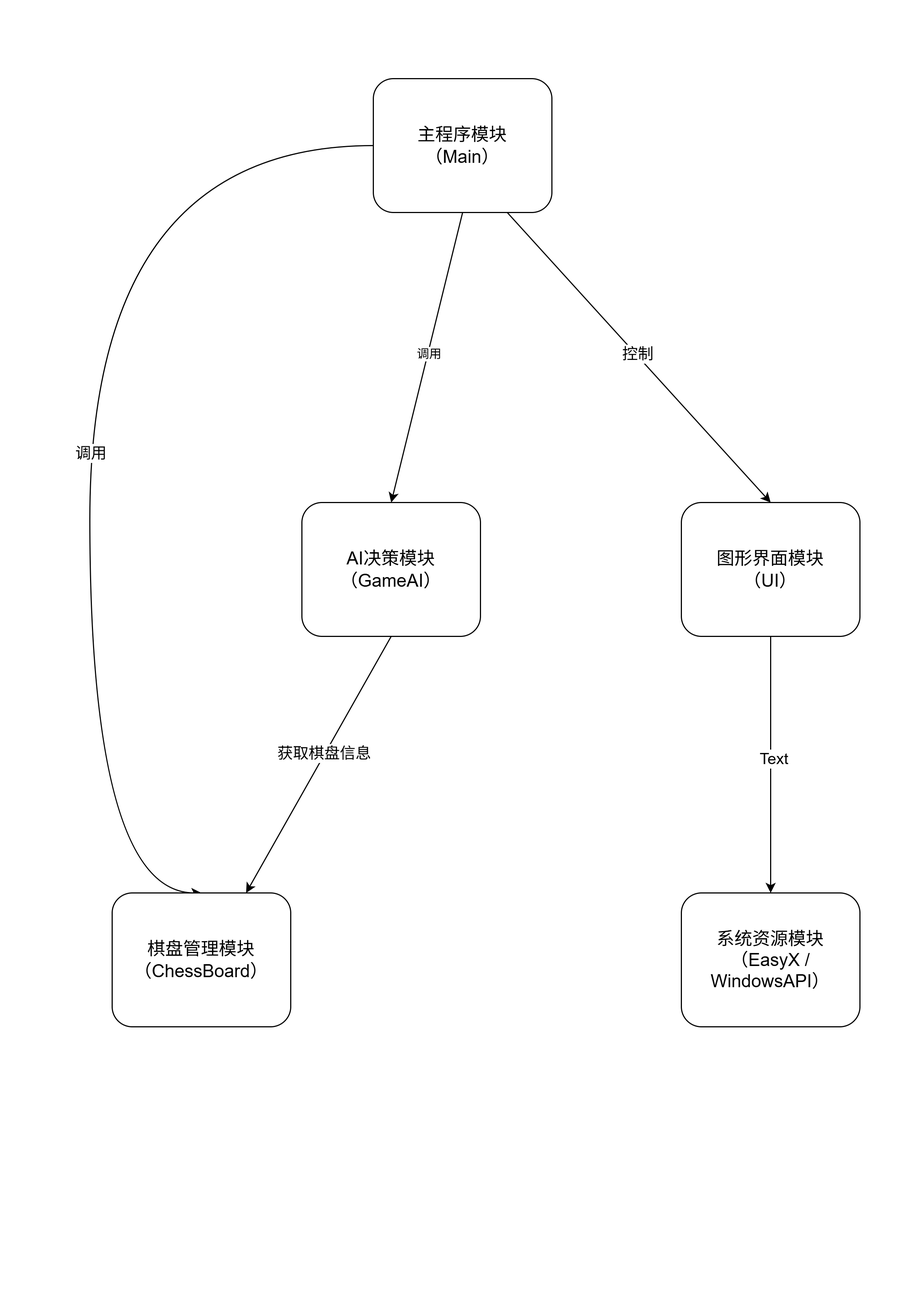
This is docs/Component Diagram.drawio.png from lazy-cat419/Software-Engineering_Final-Work, a draw.io export, as it was before one commit. Source tidied: cells renumbered, new cells last; positions are measured from the earlier drawing's top-left corner, leaving out a move shared by most shapes.
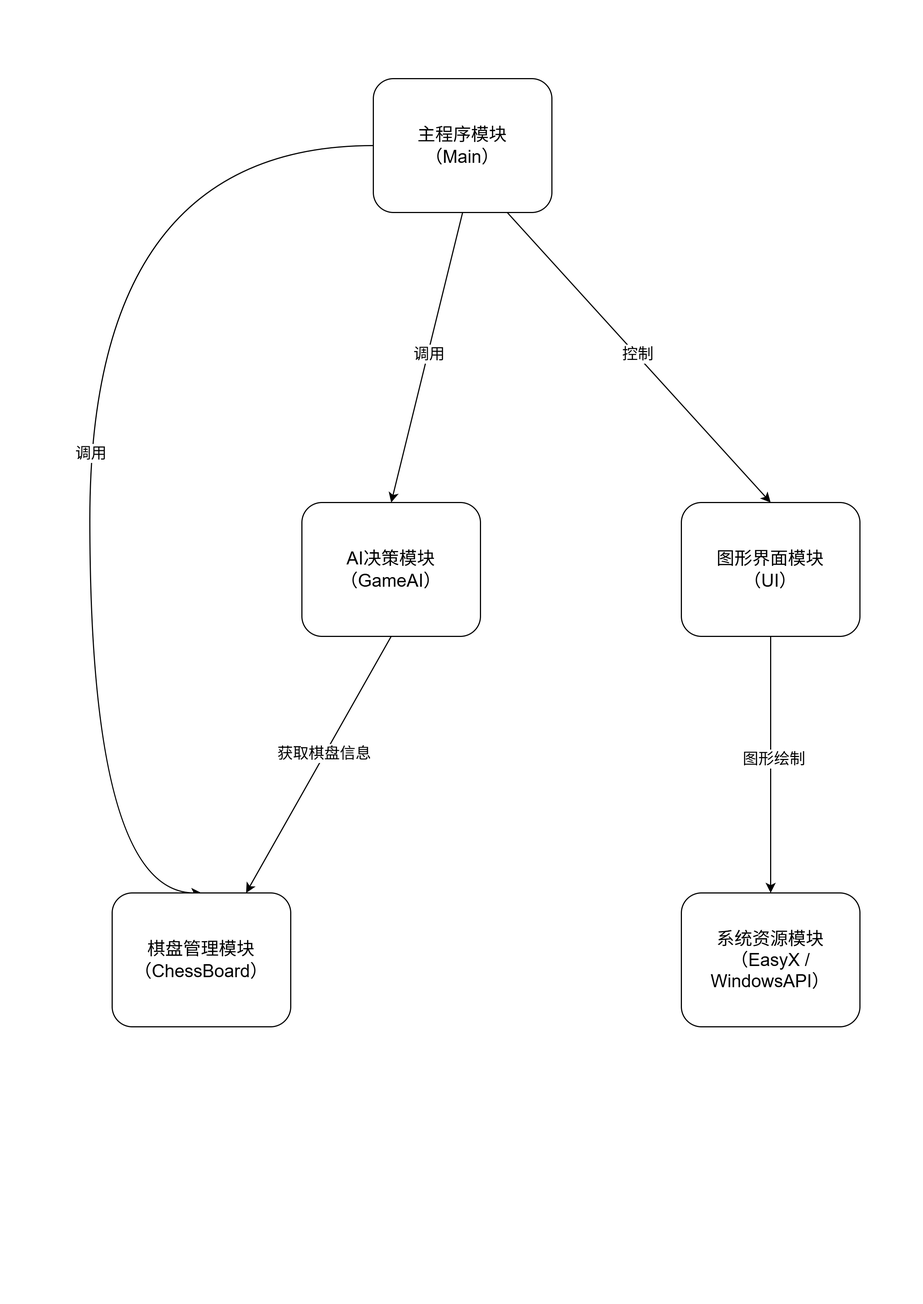
After the commit.

What changed in the source:
```diff
@@ -16,7 +16,7 @@
     <mxCell id="4" style="rounded=0;jettySize=auto;html=1;exitX=0.5;exitY=1;exitDx=0;exitDy=0;entryX=0.5;entryY=0;entryDx=0;entryDy=0;" parent="1" edge="1" source="8" target="11">
       <mxGeometry relative="1" as="geometry" />
     </mxCell>
-    <mxCell id="5" value="调用" style="edgeLabel;html=1;align=center;verticalAlign=middle;" parent="4" vertex="1">
+    <mxCell id="5" value="&lt;font style=&quot;font-size: 14px;&quot;&gt;调用&lt;/font&gt;" style="edgeLabel;html=1;align=center;verticalAlign=middle;" parent="4" vertex="1">
       <mxGeometry x="-0.03" y="1" relative="1" as="geometry" />
     </mxCell>
     <mxCell id="6" style="rounded=0;jettySize=auto;html=1;exitX=0.75;exitY=1;exitDx=0;exitDy=0;entryX=0.5;entryY=0;entryDx=0;entryDy=0;" parent="1" edge="1" source="8" target="14">
@@ -42,7 +42,7 @@
     <mxCell id="12" style="edgeStyle=orthogonalEdgeStyle;rounded=0;jettySize=auto;html=1;exitX=0.5;exitY=1;exitDx=0;exitDy=0;entryX=0.5;entryY=0;entryDx=0;entryDy=0;" parent="1" edge="1" source="14" target="16">
       <mxGeometry relative="1" as="geometry" />
     </mxCell>
-    <mxCell id="13" value="&lt;font style=&quot;font-size: 14px;&quot;&gt;Text&lt;/font&gt;" style="edgeLabel;html=1;align=center;verticalAlign=middle;" parent="12" vertex="1">
+    <mxCell id="13" value="&lt;span style=&quot;font-size: 14px;&quot;&gt;图形绘制&lt;/span&gt;" style="edgeLabel;html=1;align=center;verticalAlign=middle;" parent="12" vertex="1">
       <mxGeometry x="-0.06" y="2" relative="1" as="geometry">
         <mxPoint y="1" as="offset" />
       </mxGeometry>
```
